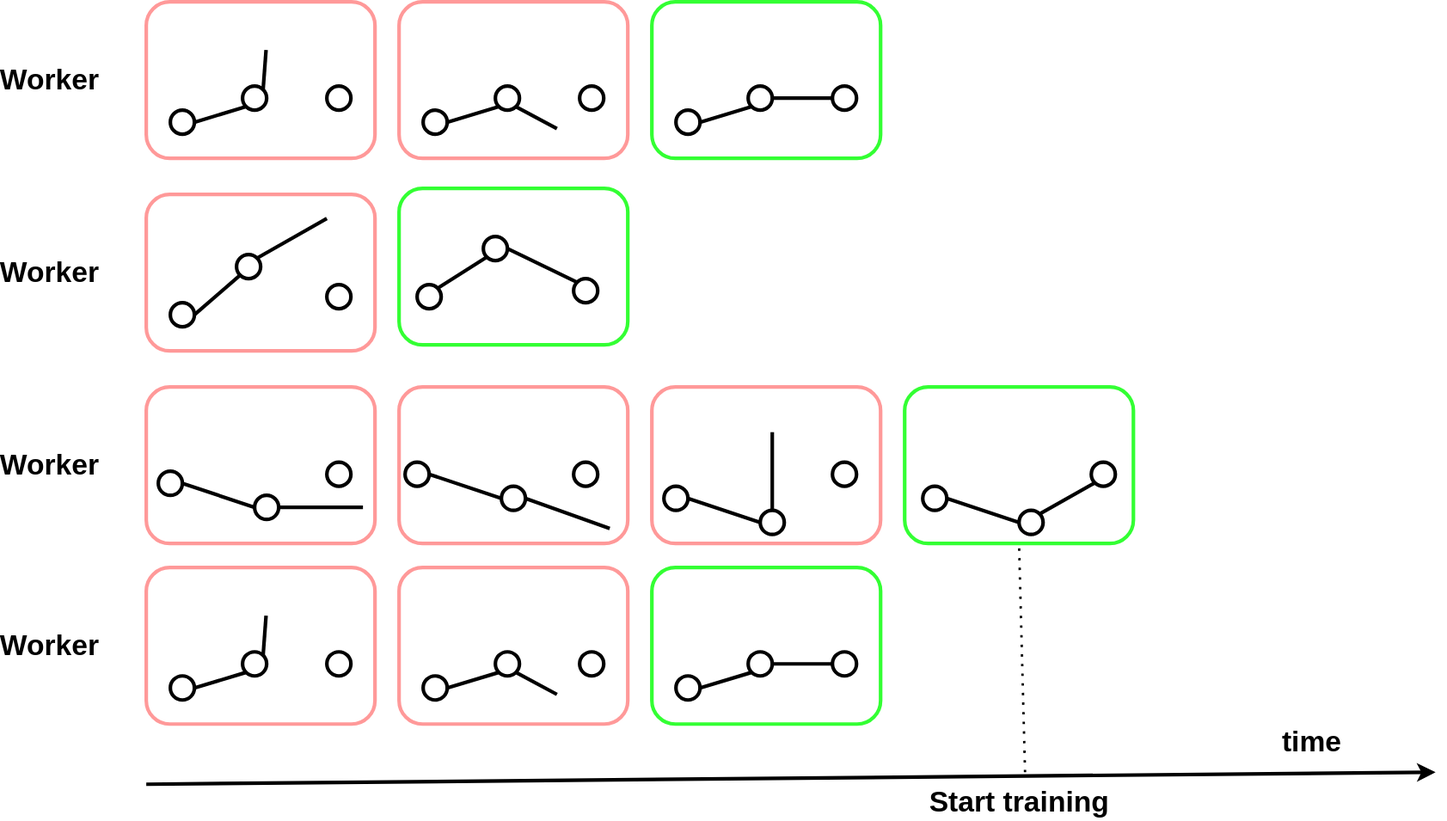
The draw.io diagram moma_deep/threaded_training.drawio.svg in JonasBlx/graph, before a commit. Source tidied: cells renumbered, new cells last; positions are measured from the earlier drawing's top-left corner, leaving out a move shared by most shapes.
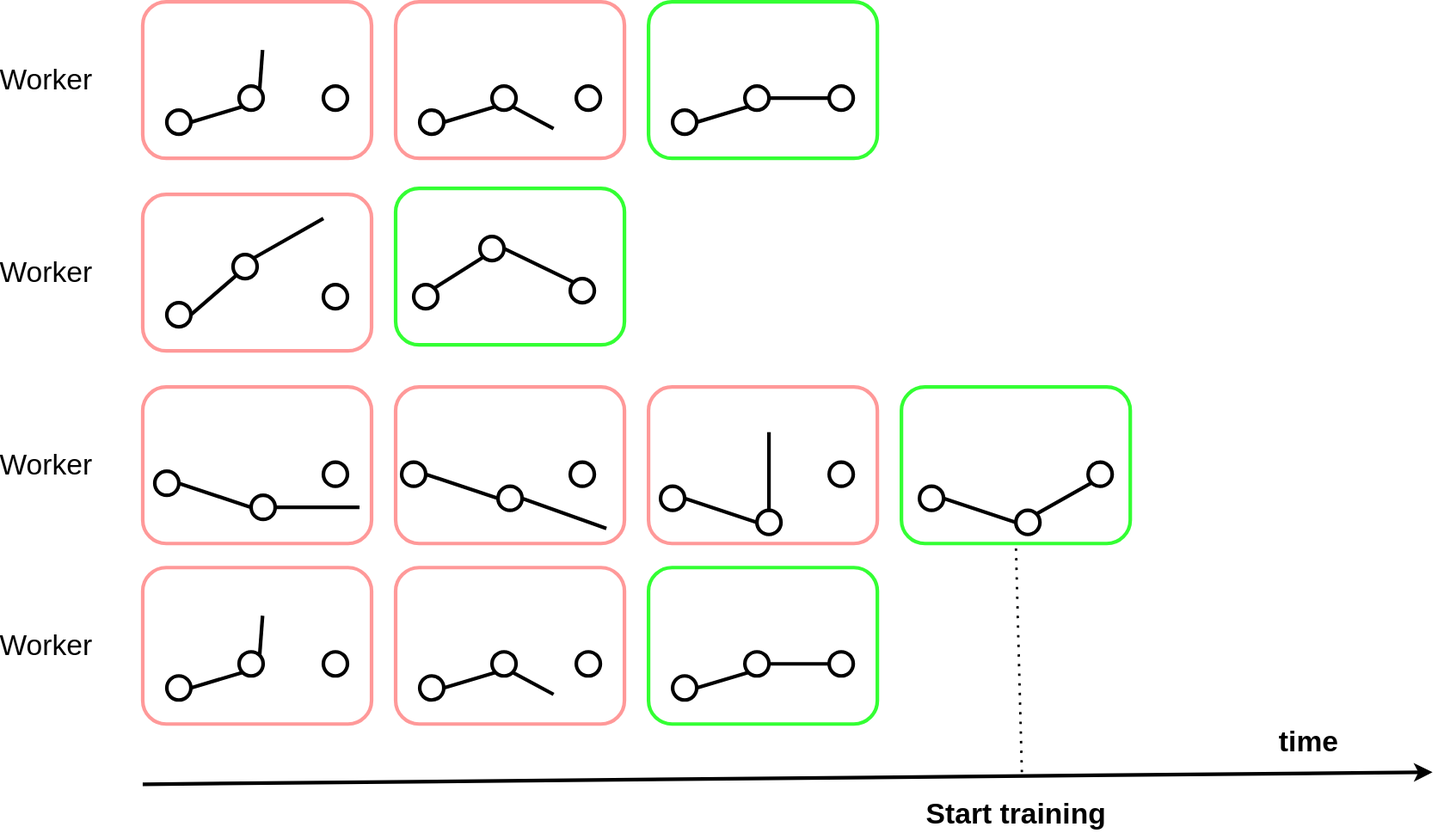
After the commit.

What changed in the source:
```diff
@@ -234,16 +234,16 @@
     <mxCell id="73" style="ellipse;whiteSpace=wrap;html=1;strokeWidth=3;" parent="1" vertex="1">
       <mxGeometry x="680" y="540" width="20" height="20" as="geometry" />
     </mxCell>
-    <mxCell id="74" value="&lt;b&gt;&lt;font style=&quot;font-size: 24px;&quot;&gt;Worker&lt;/font&gt;&lt;/b&gt;" style="text;html=1;align=center;verticalAlign=middle;whiteSpace=wrap;rounded=0;" parent="1" vertex="1">
+    <mxCell id="74" value="&lt;font style=&quot;font-size: 24px;&quot;&gt;Worker&lt;/font&gt;" style="text;html=1;align=center;verticalAlign=middle;whiteSpace=wrap;rounded=0;" parent="1" vertex="1">
       <mxGeometry y="50" width="60" height="30" as="geometry" />
     </mxCell>
-    <mxCell id="75" value="&lt;b&gt;&lt;font style=&quot;font-size: 24px;&quot;&gt;Worker&lt;/font&gt;&lt;/b&gt;" style="text;html=1;align=center;verticalAlign=middle;whiteSpace=wrap;rounded=0;" parent="1" vertex="1">
+    <mxCell id="75" value="&lt;font style=&quot;font-size: 24px;&quot;&gt;Worker&lt;/font&gt;" style="text;html=1;align=center;verticalAlign=middle;whiteSpace=wrap;rounded=0;" parent="1" vertex="1">
       <mxGeometry y="210" width="60" height="30" as="geometry" />
     </mxCell>
-    <mxCell id="76" value="&lt;b&gt;&lt;font style=&quot;font-size: 24px;&quot;&gt;Worker&lt;/font&gt;&lt;/b&gt;" style="text;html=1;align=center;verticalAlign=middle;whiteSpace=wrap;rounded=0;" parent="1" vertex="1">
+    <mxCell id="76" value="&lt;font style=&quot;font-size: 24px;&quot;&gt;Worker&lt;/font&gt;" style="text;html=1;align=center;verticalAlign=middle;whiteSpace=wrap;rounded=0;" parent="1" vertex="1">
       <mxGeometry y="370" width="60" height="30" as="geometry" />
     </mxCell>
-    <mxCell id="77" value="&lt;b&gt;&lt;font style=&quot;font-size: 24px;&quot;&gt;Worker&lt;/font&gt;&lt;/b&gt;" style="text;html=1;align=center;verticalAlign=middle;whiteSpace=wrap;rounded=0;" parent="1" vertex="1">
+    <mxCell id="77" value="&lt;font style=&quot;font-size: 24px;&quot;&gt;Worker&lt;/font&gt;" style="text;html=1;align=center;verticalAlign=middle;whiteSpace=wrap;rounded=0;" parent="1" vertex="1">
       <mxGeometry y="520" width="60" height="30" as="geometry" />
     </mxCell>
     <mxCell id="78" style="endArrow=classic;html=1;rounded=0;strokeWidth=3;" parent="1" edge="1">
@@ -253,7 +253,7 @@
       </mxGeometry>
     </mxCell>
     <mxCell id="79" value="&lt;b&gt;&lt;font style=&quot;font-size: 24px;&quot;&gt;Start training&lt;/font&gt;&lt;/b&gt;" style="text;html=1;align=center;verticalAlign=middle;whiteSpace=wrap;rounded=0;" parent="1" vertex="1">
-      <mxGeometry x="722.5" y="650" width="225" height="30" as="geometry" />
+      <mxGeometry x="722.5" y="660" width="225" height="30" as="geometry" />
     </mxCell>
     <mxCell id="80" style="endArrow=none;dashed=1;html=1;dashPattern=1 3;strokeWidth=2;rounded=0;entryX=0.5;entryY=1;entryDx=0;entryDy=0;" parent="1" edge="1" target="35">
       <mxGeometry relative="1" as="geometry">
```
